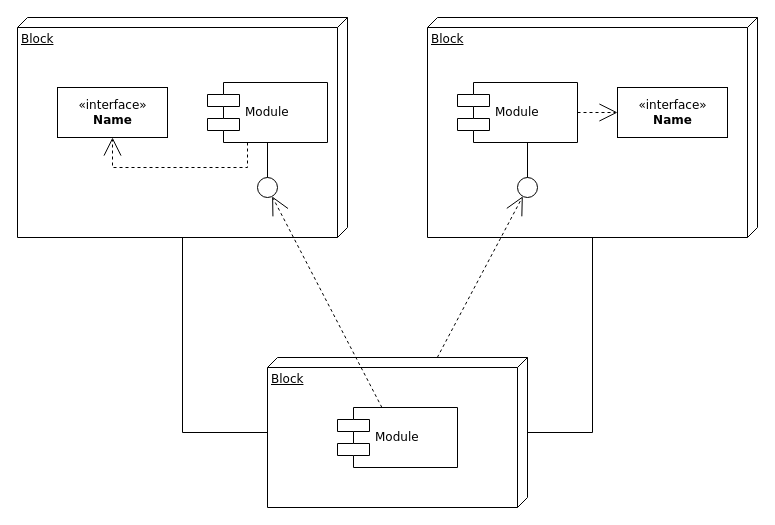
Above: HybridDB.drawio in iAmSKU/iot-data-viewer-app (draw.io), before the change. Source tidied: cells renumbered, new cells numbered last; positions are measured from the earlier drawing's top-left corner, leaving out a move shared by most shapes. Both pictures are drawn from the tidied source at 100%, with x=0, y=0 at pixel (17, 17).
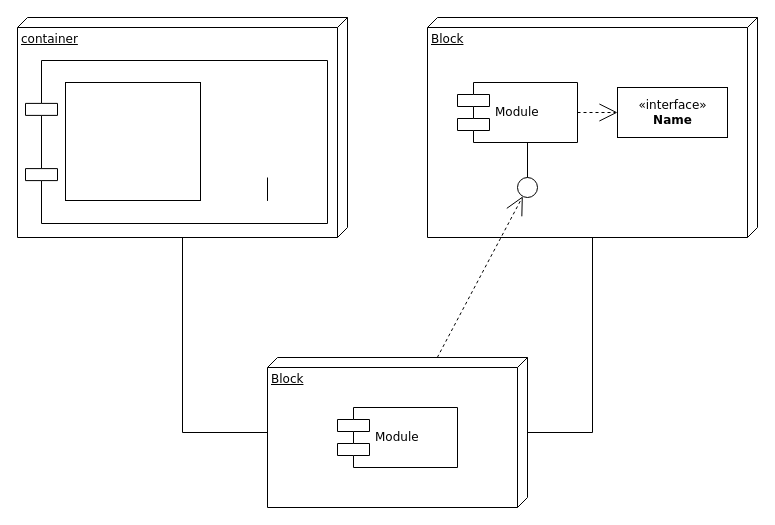
After the change.

Unchanged cells that the change refers to:
```xml
<mxCell id="11" value="Module" style="shape=component;align=left;spacingLeft=36;rounded=0;shadow=0;comic=0;labelBackgroundColor=none;strokeWidth=1;fontFamily=Verdana;fontSize=12;html=1;hachureGap=4;" parent="1" vertex="1">
  <mxGeometry x="320" y="390" width="120" height="60" as="geometry" />
</mxCell>
```

Change to the diagram source:
```diff
@@
-    <mxCell id="2" value="Block" style="verticalAlign=top;align=left;spacingTop=8;spacingLeft=2;spacingRight=12;shape=cube;size=10;direction=south;fontStyle=4;html=1;rounded=0;shadow=0;comic=0;labelBackgroundColor=none;strokeWidth=1;fontFamily=Verdana;fontSize=12;hachureGap=4;" parent="1" vertex="1">
+    <mxCell id="2" value="container" style="verticalAlign=top;align=left;spacingTop=8;spacingLeft=2;spacingRight=12;shape=cube;size=10;direction=south;fontStyle=4;html=1;rounded=0;shadow=0;comic=0;labelBackgroundColor=none;strokeWidth=1;fontFamily=Verdana;fontSize=12;hachureGap=4;" parent="1" vertex="1">
       <mxGeometry width="330" height="220" as="geometry" />
     </mxCell>
@@
-    <mxCell id="5" value="&amp;laquo;interface&amp;raquo;&lt;br&gt;&lt;b&gt;Name&lt;/b&gt;" style="html=1;rounded=0;shadow=0;comic=0;labelBackgroundColor=none;strokeWidth=1;fontFamily=Verdana;fontSize=12;align=center;hachureGap=4;" parent="1" vertex="1">
-      <mxGeometry x="40" y="70" width="110" height="50" as="geometry" />
-    </mxCell>
-    <mxCell id="6" value="Module" style="shape=component;align=left;spacingLeft=36;rounded=0;shadow=0;comic=0;labelBackgroundColor=none;strokeWidth=1;fontFamily=Verdana;fontSize=12;html=1;hachureGap=4;" parent="1" vertex="1">
-      <mxGeometry x="190" y="65" width="120" height="60" as="geometry" />
+    <mxCell id="6" style="shape=component;align=left;spacingLeft=36;rounded=0;shadow=0;comic=0;labelBackgroundColor=none;strokeWidth=1;fontFamily=Verdana;fontSize=12;html=1;hachureGap=4;" parent="1" vertex="1">
+      <mxGeometry x="8" y="43" width="302" height="163" as="geometry" />
     </mxCell>
-    <mxCell id="7" style="ellipse;whiteSpace=wrap;html=1;rounded=0;shadow=0;comic=0;labelBackgroundColor=none;strokeWidth=1;fontFamily=Verdana;fontSize=12;align=center;hachureGap=4;" parent="1" vertex="1">
-      <mxGeometry x="240" y="160" width="20" height="20" as="geometry" />
-    </mxCell>
@@
-    <mxCell id="12" style="edgeStyle=none;rounded=0;html=1;dashed=1;labelBackgroundColor=none;startArrow=none;startFill=0;startSize=8;endArrow=open;endFill=0;endSize=16;fontFamily=Verdana;fontSize=12;" parent="1" edge="1" source="11" target="7">
-      <mxGeometry relative="1" as="geometry" />
-    </mxCell>
@@
-    <mxCell id="15" style="edgeStyle=elbowEdgeStyle;rounded=0;html=1;labelBackgroundColor=none;startArrow=none;startFill=0;startSize=8;endArrow=none;endFill=0;endSize=16;fontFamily=Verdana;fontSize=12;" parent="1" edge="1" source="7" target="6">
-      <mxGeometry relative="1" as="geometry" />
+    <mxCell id="15" style="edgeStyle=elbowEdgeStyle;rounded=0;html=1;labelBackgroundColor=none;startArrow=none;startFill=0;startSize=8;endArrow=none;endFill=0;endSize=16;fontFamily=Verdana;fontSize=12;" parent="1" edge="1" target="6">
+      <mxGeometry relative="1" as="geometry">
+        <mxPoint x="250" y="160" as="sourcePoint" />
+      </mxGeometry>
     </mxCell>
-    <mxCell id="16" style="edgeStyle=orthogonalEdgeStyle;rounded=0;html=1;labelBackgroundColor=none;startArrow=none;startFill=0;startSize=8;endArrow=open;endFill=0;endSize=16;fontFamily=Verdana;fontSize=12;dashed=1;" parent="1" edge="1" source="6" target="5">
-      <mxGeometry relative="1" as="geometry">
-        <Array as="points">
-          <mxPoint x="230" y="150" />
-          <mxPoint x="95" y="150" />
-        </Array>
-      </mxGeometry>
-    </mxCell>
@@
+    <mxCell id="20" style="rounded=0;whiteSpace=wrap;html=1;hachureGap=4;" parent="1" vertex="1">
+      <mxGeometry x="48" y="65" width="135" height="118" as="geometry" />
+    </mxCell>
```
